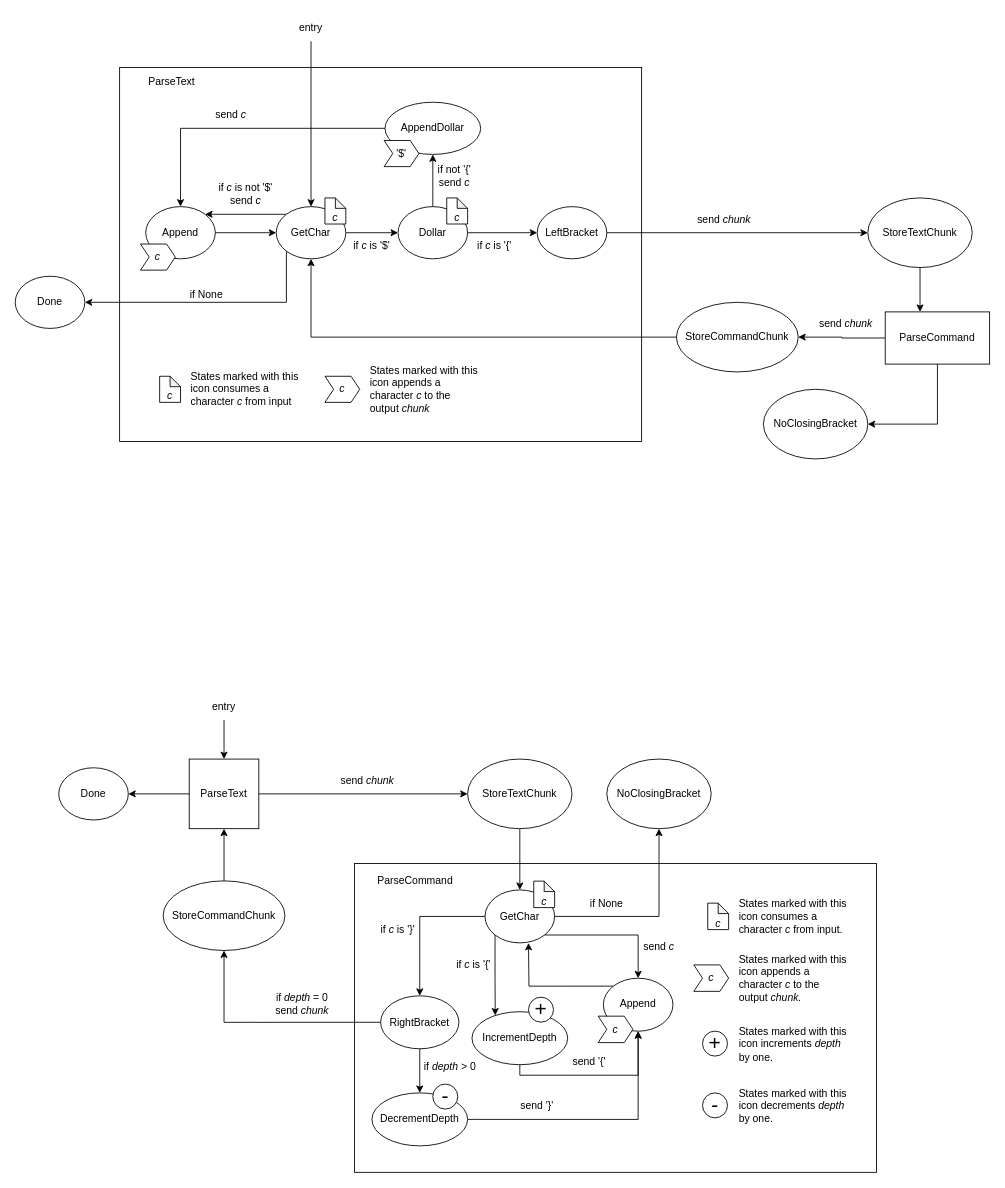
Earlier version of the draw.io diagram prepro.drawio (felixnaredi/prepro). Source tidied: cells renumbered, new cells numbered last; positions are measured from the earlier drawing's top-left corner, leaving out a move shared by most shapes. Both pictures are drawn from the tidied source at 87%, with x=0, y=0 at pixel (15, 15).
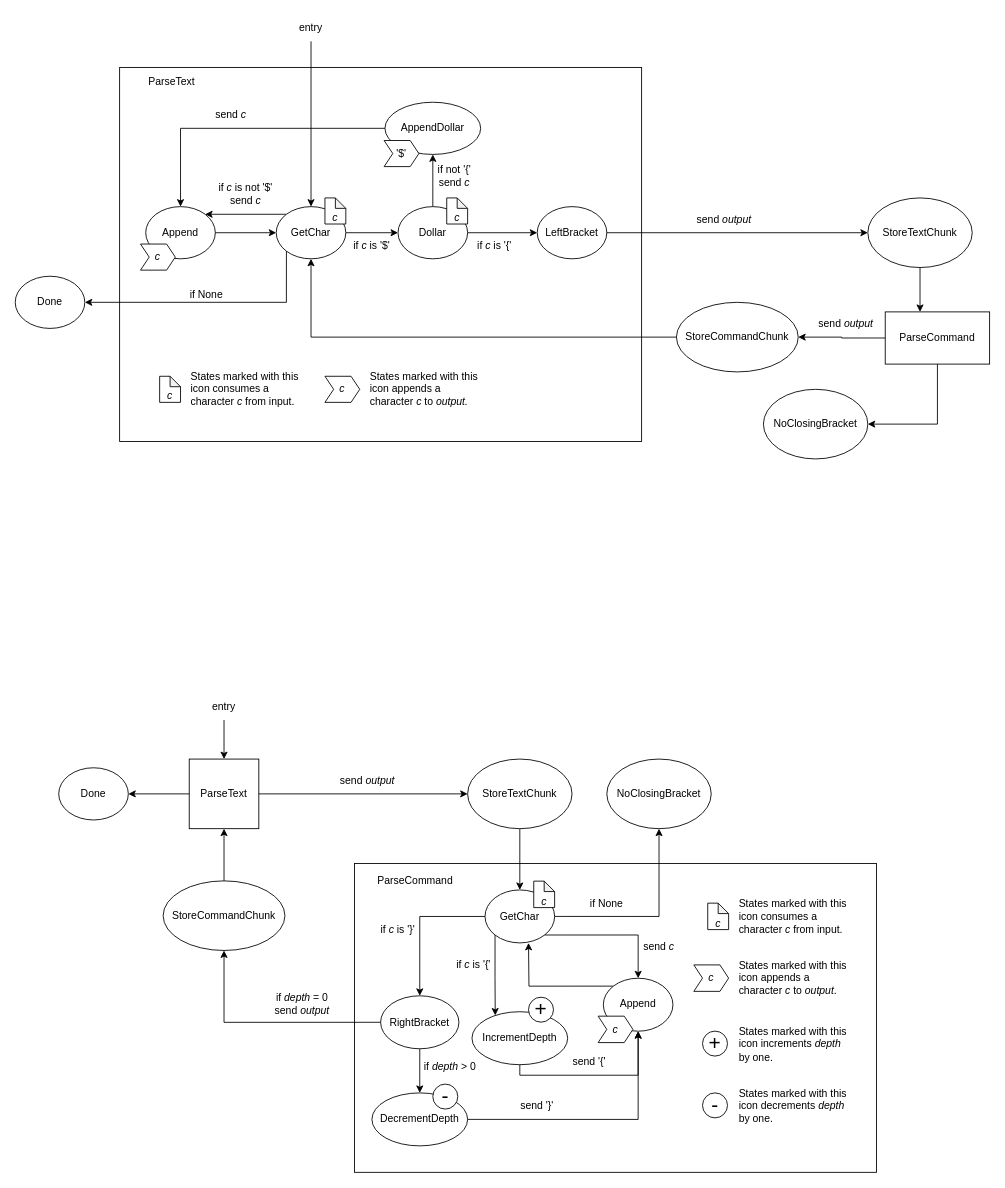
After the change.

The change refers to these unchanged cells:
```xml
<mxCell id="2" style="group;" parent="1" vertex="1">
  <mxGeometry x="50" y="780" width="940" height="550" as="geometry" />
</mxCell>
<mxCell id="3" style="group;" parent="2" vertex="1">
  <mxGeometry x="340" y="195" width="600" height="355" as="geometry" />
</mxCell>
<mxCell id="52" style="group;" parent="1" vertex="1">
  <mxGeometry y="60" width="1120" height="450" as="geometry" />
</mxCell>
<mxCell id="81" style="group;" parent="53" vertex="1">
  <mxGeometry x="46" y="350" width="164" height="40" as="geometry" />
</mxCell>
<mxCell id="84" style="group;" parent="53" vertex="1">
  <mxGeometry x="236" y="340" width="180" height="60" as="geometry" />
</mxCell>
```

The edit, as a diff of the source:
```diff
@@
-    <mxCell id="24" value="&lt;div&gt;States marked with this icon appends a character &lt;i&gt;c&lt;/i&gt; to the output &lt;i&gt;chunk.&lt;/i&gt;&lt;/div&gt;" style="text;html=1;strokeColor=none;fillColor=none;align=left;verticalAlign=middle;whiteSpace=wrap;rounded=0;" parent="3" vertex="1">
+    <mxCell id="24" value="&lt;div&gt;States marked with this icon appends a character &lt;i&gt;c&lt;/i&gt; to &lt;i&gt;output&lt;/i&gt;.&lt;br&gt;&lt;/div&gt;" style="text;html=1;strokeColor=none;fillColor=none;align=left;verticalAlign=middle;whiteSpace=wrap;rounded=0;" parent="3" vertex="1">
       <mxGeometry x="440" y="101.4" width="130" height="60.9" as="geometry" />
     </mxCell>
@@
-    <mxCell id="41" value="send &lt;i&gt;chunk&lt;/i&gt;" style="text;html=1;strokeColor=none;fillColor=none;align=center;verticalAlign=middle;whiteSpace=wrap;rounded=0;" parent="2" vertex="1">
+    <mxCell id="41" value="send &lt;i&gt;output&lt;/i&gt;" style="text;html=1;strokeColor=none;fillColor=none;align=center;verticalAlign=middle;whiteSpace=wrap;rounded=0;" parent="2" vertex="1">
       <mxGeometry x="320" y="85" width="70" height="30" as="geometry" />
     </mxCell>
@@
-    <mxCell id="47" value="&lt;div&gt;if &lt;i&gt;depth&lt;/i&gt; = 0&lt;/div&gt;&lt;div&gt;send &lt;i&gt;chunk&lt;/i&gt;&lt;br&gt;&lt;/div&gt;" style="text;html=1;strokeColor=none;fillColor=none;align=center;verticalAlign=middle;whiteSpace=wrap;rounded=0;" parent="2" vertex="1">
+    <mxCell id="47" value="&lt;div&gt;if &lt;i&gt;depth&lt;/i&gt; = 0&lt;/div&gt;&lt;div&gt;send &lt;i&gt;output&lt;/i&gt;&lt;/div&gt;" style="text;html=1;strokeColor=none;fillColor=none;align=center;verticalAlign=middle;whiteSpace=wrap;rounded=0;" parent="2" vertex="1">
       <mxGeometry x="240" y="336.5" width="80" height="40" as="geometry" />
     </mxCell>
@@
-    <mxCell id="82" value="States marked with this icon consumes a character &lt;i&gt;c&lt;/i&gt; from input" style="text;html=1;strokeColor=none;fillColor=none;align=left;verticalAlign=middle;whiteSpace=wrap;rounded=0;" parent="81" vertex="1">
+    <mxCell id="82" value="States marked with this icon consumes a character &lt;i&gt;c&lt;/i&gt; from input." style="text;html=1;strokeColor=none;fillColor=none;align=left;verticalAlign=middle;whiteSpace=wrap;rounded=0;" parent="81" vertex="1">
       <mxGeometry x="34" width="130" height="40" as="geometry" />
     </mxCell>
@@
-    <mxCell id="85" value="&lt;div&gt;States marked with this icon appends a character &lt;i&gt;c&lt;/i&gt; to the output &lt;i&gt;chunk&lt;/i&gt;&lt;/div&gt;" style="text;html=1;strokeColor=none;fillColor=none;align=left;verticalAlign=middle;whiteSpace=wrap;rounded=0;" parent="84" vertex="1">
+    <mxCell id="85" value="&lt;div&gt;States marked with this icon appends a character &lt;i&gt;c&lt;/i&gt; to &lt;i&gt;output.&lt;/i&gt;&lt;br&gt;&lt;/div&gt;" style="text;html=1;strokeColor=none;fillColor=none;align=left;verticalAlign=middle;whiteSpace=wrap;rounded=0;" parent="84" vertex="1">
       <mxGeometry x="50" width="130" height="60" as="geometry" />
     </mxCell>
@@
-    <mxCell id="88" value="send &lt;i&gt;chunk&lt;/i&gt;" style="text;html=1;strokeColor=none;fillColor=none;align=center;verticalAlign=middle;whiteSpace=wrap;rounded=0;" parent="52" vertex="1">
+    <mxCell id="88" value="send &lt;i&gt;output&lt;/i&gt;" style="text;html=1;strokeColor=none;fillColor=none;align=center;verticalAlign=middle;whiteSpace=wrap;rounded=0;" parent="52" vertex="1">
       <mxGeometry x="780" y="160" width="70" height="30" as="geometry" />
     </mxCell>
@@
-    <mxCell id="93" value="send &lt;i&gt;chunk&lt;/i&gt;" style="text;html=1;strokeColor=none;fillColor=none;align=center;verticalAlign=middle;whiteSpace=wrap;rounded=0;" parent="52" vertex="1">
+    <mxCell id="93" value="send &lt;i&gt;output&lt;/i&gt;" style="text;html=1;strokeColor=none;fillColor=none;align=center;verticalAlign=middle;whiteSpace=wrap;rounded=0;" parent="52" vertex="1">
       <mxGeometry x="920" y="280" width="70" height="30" as="geometry" />
     </mxCell>
```
